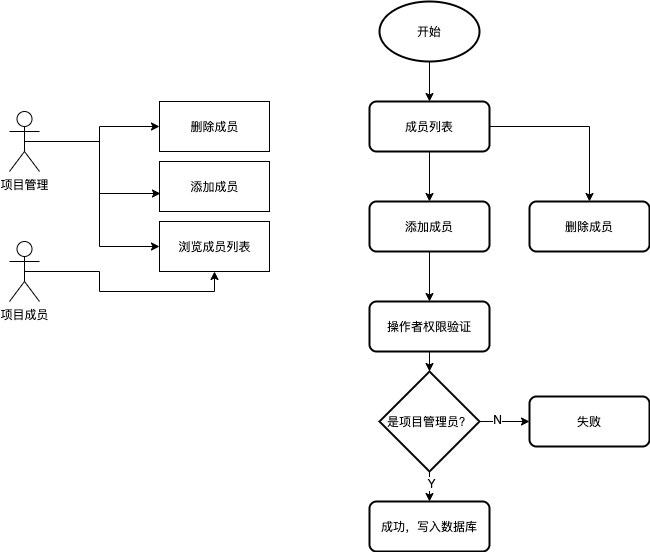
This is 项目成员管理.png from FQH318/RuangongKEshe, a draw.io export, as it was before one commit. Source tidied: cells renumbered, new cells last; positions are measured from the earlier drawing's top-left corner, leaving out a move shared by most shapes. Source of this version:
```xml
<mxGraphModel>
  <root>
    <mxCell id="0" />
    <mxCell id="1" parent="0" />
    <mxCell id="2" style="edgeStyle=orthogonalEdgeStyle;rounded=0;jettySize=auto;html=1;exitX=0.5;exitY=0.5;exitDx=0;exitDy=0;exitPerimeter=0;" parent="1" edge="1" source="5" target="6">
      <mxGeometry relative="1" as="geometry" />
    </mxCell>
    <mxCell id="3" style="edgeStyle=orthogonalEdgeStyle;rounded=0;jettySize=auto;html=1;exitX=0.5;exitY=0.5;exitDx=0;exitDy=0;exitPerimeter=0;entryX=0.009;entryY=0.64;entryDx=0;entryDy=0;entryPerimeter=0;" parent="1" edge="1" source="5" target="7">
      <mxGeometry relative="1" as="geometry" />
    </mxCell>
    <mxCell id="4" style="edgeStyle=orthogonalEdgeStyle;rounded=0;jettySize=auto;html=1;exitX=0.5;exitY=0.5;exitDx=0;exitDy=0;exitPerimeter=0;entryX=0;entryY=0.5;entryDx=0;entryDy=0;" parent="1" edge="1" source="5" target="8">
      <mxGeometry relative="1" as="geometry" />
    </mxCell>
    <mxCell id="5" value="项目管理" style="shape=umlActor;verticalLabelPosition=bottom;verticalAlign=top;html=1;" parent="1" vertex="1">
      <mxGeometry y="110" width="30" height="60" as="geometry" />
    </mxCell>
    <mxCell id="6" value="删除成员" style="html=1;" parent="1" vertex="1">
      <mxGeometry x="150" y="100" width="110" height="50" as="geometry" />
    </mxCell>
    <mxCell id="7" value="添加成员" style="html=1;" parent="1" vertex="1">
      <mxGeometry x="150" y="160" width="110" height="50" as="geometry" />
    </mxCell>
    <mxCell id="8" value="浏览成员列表" style="html=1;" parent="1" vertex="1">
      <mxGeometry x="150" y="220" width="110" height="50" as="geometry" />
    </mxCell>
    <mxCell id="9" style="edgeStyle=orthogonalEdgeStyle;rounded=0;jettySize=auto;html=1;exitX=0.5;exitY=0.5;exitDx=0;exitDy=0;exitPerimeter=0;entryX=0.5;entryY=1;entryDx=0;entryDy=0;" parent="1" edge="1" source="10" target="8">
      <mxGeometry relative="1" as="geometry" />
    </mxCell>
    <mxCell id="10" value="项目成员" style="shape=umlActor;verticalLabelPosition=bottom;verticalAlign=top;html=1;" parent="1" vertex="1">
      <mxGeometry y="240" width="30" height="60" as="geometry" />
    </mxCell>
    <mxCell id="11" style="edgeStyle=orthogonalEdgeStyle;rounded=0;jettySize=auto;html=1;exitX=0.5;exitY=1;exitDx=0;exitDy=0;exitPerimeter=0;entryX=0.5;entryY=0;entryDx=0;entryDy=0;" parent="1" edge="1" source="12" target="15">
      <mxGeometry relative="1" as="geometry" />
    </mxCell>
    <mxCell id="12" value="开始" style="strokeWidth=2;html=1;shape=mxgraph.flowchart.start_1;whiteSpace=wrap;" parent="1" vertex="1">
      <mxGeometry x="370" width="100" height="60" as="geometry" />
    </mxCell>
    <mxCell id="13" style="edgeStyle=orthogonalEdgeStyle;rounded=0;jettySize=auto;html=1;exitX=0.5;exitY=1;exitDx=0;exitDy=0;entryX=0.5;entryY=0;entryDx=0;entryDy=0;" parent="1" edge="1" source="15" target="17">
      <mxGeometry relative="1" as="geometry" />
    </mxCell>
    <mxCell id="14" style="edgeStyle=orthogonalEdgeStyle;rounded=0;jettySize=auto;html=1;exitX=1;exitY=0.5;exitDx=0;exitDy=0;" parent="1" edge="1" source="15" target="18">
      <mxGeometry relative="1" as="geometry" />
    </mxCell>
    <mxCell id="15" value="成员列表" style="rounded=1;whiteSpace=wrap;html=1;absoluteArcSize=1;arcSize=14;strokeWidth=2;" parent="1" vertex="1">
      <mxGeometry x="360" y="100" width="120" height="50" as="geometry" />
    </mxCell>
    <mxCell id="16" style="edgeStyle=orthogonalEdgeStyle;rounded=0;jettySize=auto;html=1;exitX=0.5;exitY=1;exitDx=0;exitDy=0;" parent="1" edge="1" source="17" target="20">
      <mxGeometry relative="1" as="geometry" />
    </mxCell>
    <mxCell id="17" value="添加成员" style="rounded=1;whiteSpace=wrap;html=1;absoluteArcSize=1;arcSize=14;strokeWidth=2;" parent="1" vertex="1">
      <mxGeometry x="360" y="200" width="120" height="50" as="geometry" />
    </mxCell>
    <mxCell id="18" value="删除成员" style="rounded=1;whiteSpace=wrap;html=1;absoluteArcSize=1;arcSize=14;strokeWidth=2;" parent="1" vertex="1">
      <mxGeometry x="520" y="200" width="120" height="50" as="geometry" />
    </mxCell>
    <mxCell id="19" style="edgeStyle=orthogonalEdgeStyle;rounded=0;jettySize=auto;html=1;exitX=0.5;exitY=1;exitDx=0;exitDy=0;entryX=0.5;entryY=0;entryDx=0;entryDy=0;entryPerimeter=0;" parent="1" edge="1" source="20" target="25">
      <mxGeometry relative="1" as="geometry" />
    </mxCell>
    <mxCell id="20" value="操作者权限验证" style="rounded=1;whiteSpace=wrap;html=1;absoluteArcSize=1;arcSize=14;strokeWidth=2;" parent="1" vertex="1">
      <mxGeometry x="360" y="300" width="120" height="50" as="geometry" />
    </mxCell>
    <mxCell id="21" style="edgeStyle=orthogonalEdgeStyle;rounded=0;jettySize=auto;html=1;exitX=0.5;exitY=1;exitDx=0;exitDy=0;exitPerimeter=0;entryX=0.5;entryY=0;entryDx=0;entryDy=0;" parent="1" edge="1" source="25" target="26">
      <mxGeometry relative="1" as="geometry" />
    </mxCell>
    <mxCell id="22" value="Y" style="edgeLabel;html=1;align=center;verticalAlign=middle;" parent="21" vertex="1">
      <mxGeometry x="-0.27" y="1" relative="1" as="geometry" />
    </mxCell>
    <mxCell id="23" style="edgeStyle=orthogonalEdgeStyle;rounded=0;jettySize=auto;html=1;exitX=1;exitY=0.5;exitDx=0;exitDy=0;exitPerimeter=0;entryX=0;entryY=0.5;entryDx=0;entryDy=0;" parent="1" edge="1" source="25" target="27">
      <mxGeometry relative="1" as="geometry" />
    </mxCell>
    <mxCell id="24" value="N" style="edgeLabel;html=1;align=center;verticalAlign=middle;" parent="23" vertex="1">
      <mxGeometry x="-0.32" y="3" relative="1" as="geometry" />
    </mxCell>
    <mxCell id="25" value="是项目管理员？" style="strokeWidth=2;html=1;shape=mxgraph.flowchart.decision;whiteSpace=wrap;" parent="1" vertex="1">
      <mxGeometry x="370" y="370" width="100" height="100" as="geometry" />
    </mxCell>
    <mxCell id="26" value="成功，写入数据库" style="rounded=1;whiteSpace=wrap;html=1;absoluteArcSize=1;arcSize=14;strokeWidth=2;" parent="1" vertex="1">
      <mxGeometry x="360" y="500" width="120" height="50" as="geometry" />
    </mxCell>
    <mxCell id="27" value="失败" style="rounded=1;whiteSpace=wrap;html=1;absoluteArcSize=1;arcSize=14;strokeWidth=2;" parent="1" vertex="1">
      <mxGeometry x="520" y="395" width="120" height="50" as="geometry" />
    </mxCell>
  </root>
</mxGraphModel>
```
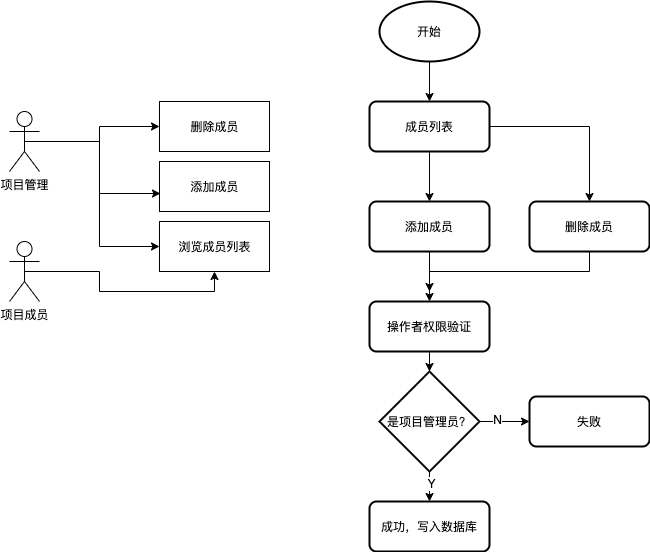
The same file after the commit.

Commit message:
更新项目成员管理.png

What changed in the source:
```diff
@@ -50,6 +50,11 @@
     <mxCell id="17" value="添加成员" style="rounded=1;whiteSpace=wrap;html=1;absoluteArcSize=1;arcSize=14;strokeWidth=2;" parent="1" vertex="1">
       <mxGeometry x="360" y="200" width="120" height="50" as="geometry" />
     </mxCell>
+    <mxCell id="28" style="edgeStyle=orthogonalEdgeStyle;rounded=0;jettySize=auto;html=1;exitX=0.5;exitY=1;exitDx=0;exitDy=0;" parent="1" edge="1" source="18">
+      <mxGeometry relative="1" as="geometry">
+        <mxPoint x="420" y="290" as="targetPoint" />
+      </mxGeometry>
+    </mxCell>
     <mxCell id="18" value="删除成员" style="rounded=1;whiteSpace=wrap;html=1;absoluteArcSize=1;arcSize=14;strokeWidth=2;" parent="1" vertex="1">
       <mxGeometry x="520" y="200" width="120" height="50" as="geometry" />
     </mxCell>
```
